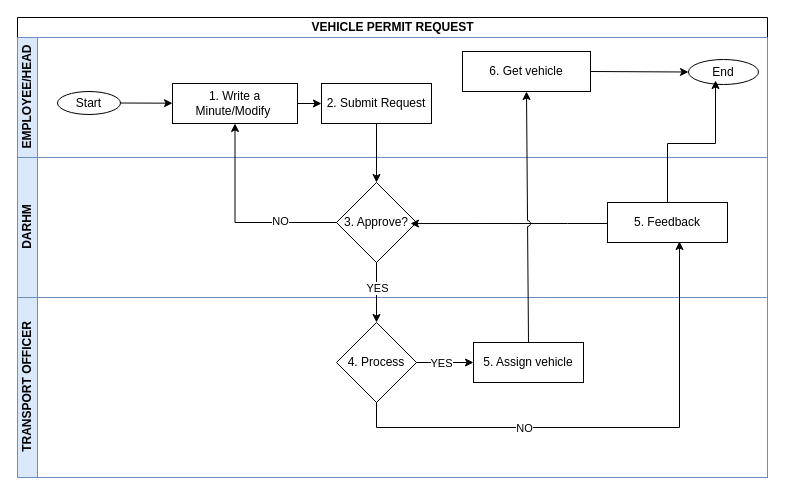
Earlier version of the draw.io diagram page "Officer Vehicle permit" (12 of 13) of wajibika/wajibika-sketches.drawio (MbalamulaS/tech-diagrams). Source tidied: cells renumbered, new cells numbered last; positions are measured from the earlier drawing's top-left corner, leaving out a move shared by most shapes. Both pictures are drawn from the tidied source at 100%, with x=0, y=0 at pixel (17, 17).
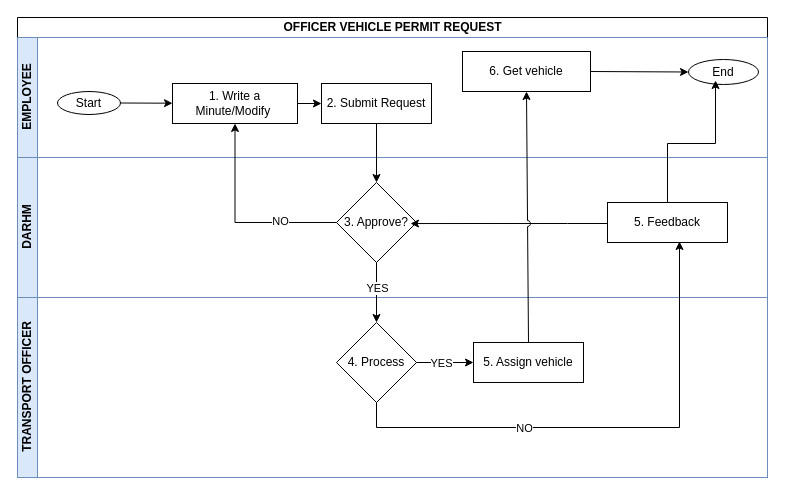
The same page after the edit.

Commit message:
Modified Officer Vehicle Permit Req

The edit, as a diff of the source:
```diff
@@
-    <mxCell id="2" value="VEHICLE PERMIT REQUEST" style="swimlane;horizontal=1;startSize=20;html=1;swimlaneFillColor=#FFFFFF;" parent="1" vertex="1">
+    <mxCell id="2" value="OFFICER VEHICLE PERMIT REQUEST" style="swimlane;horizontal=1;startSize=20;html=1;swimlaneFillColor=#FFFFFF;" parent="1" vertex="1">
       <mxGeometry width="750" height="460" as="geometry" />
     </mxCell>
-    <mxCell id="3" value="EMPLOYEE/HEAD" style="swimlane;startSize=20;horizontal=0;html=1;fillColor=#dae8fc;strokeColor=#6c8ebf;swimlaneFillColor=#FFFFFF;" parent="2" vertex="1">
+    <mxCell id="3" value="EMPLOYEE" style="swimlane;startSize=20;horizontal=0;html=1;fillColor=#dae8fc;strokeColor=#6c8ebf;swimlaneFillColor=#FFFFFF;" parent="2" vertex="1">
       <mxGeometry y="20" width="750" height="120" as="geometry" />
     </mxCell>
```
